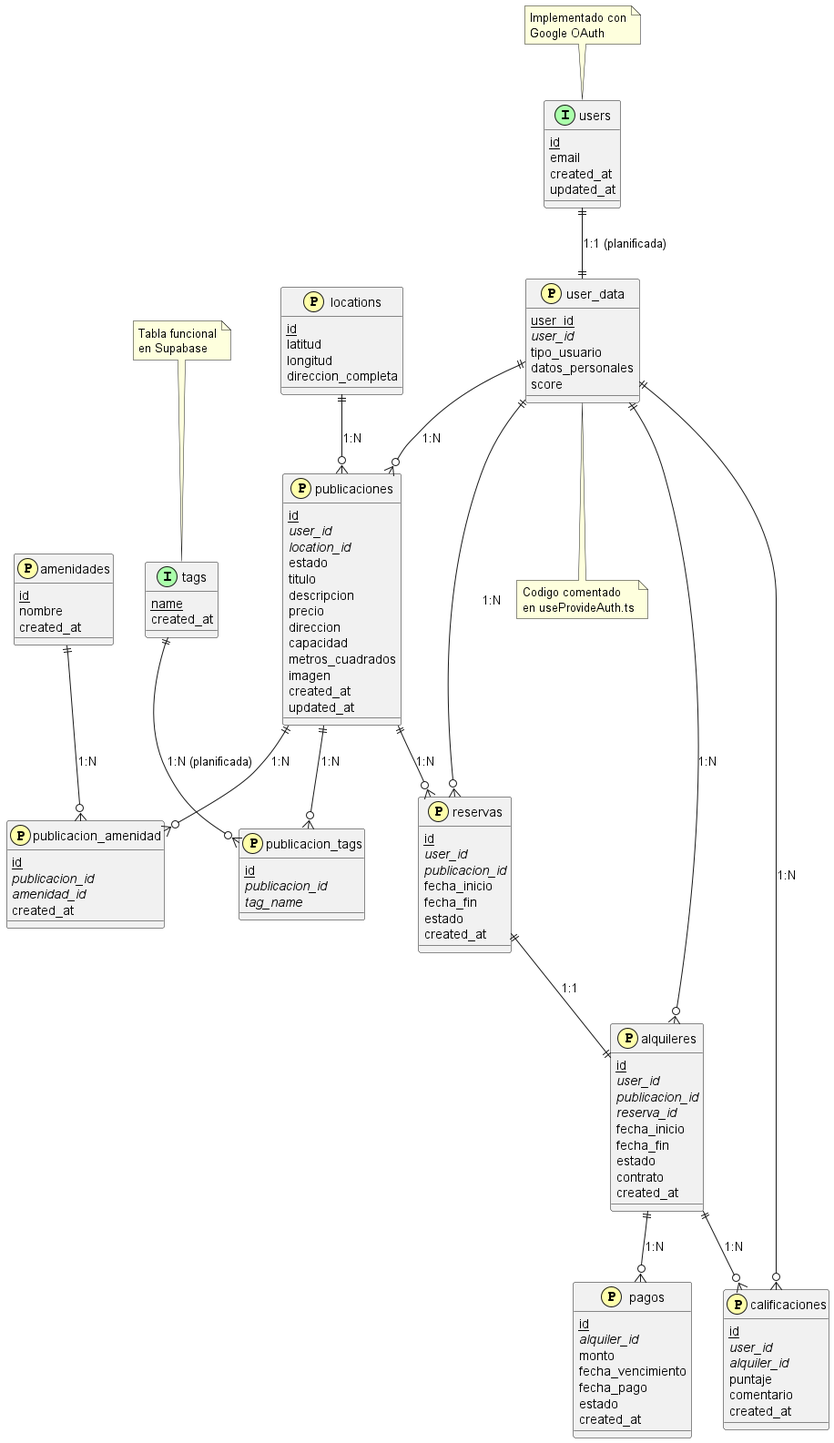
Above: src/diagrams/entidad_relacion.png in FacuDemarchi/residencias (PlantUML), before the change.
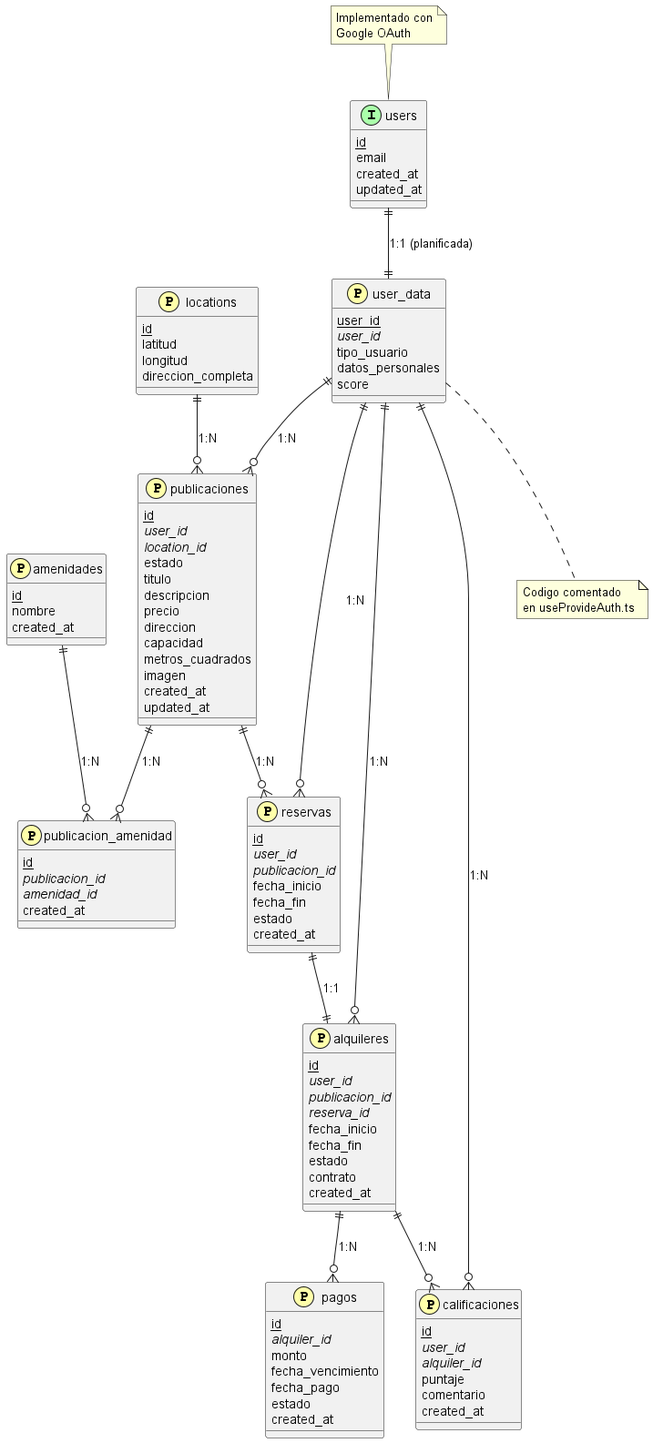
The same file after the commit.

Change to the diagram source:
```diff
@@ -11,11 +11,6 @@
   email
   created_at
   updated_at
-}
-
-implemented(tags) {
-  primary_key(name)
-  created_at
 }
 
 planned(user_data) {
@@ -103,14 +98,7 @@
   created_at
 }
 
-planned(publicacion_tags) {
-  primary_key(id)
-  foreign_key(publicacion_id)
-  foreign_key(tag_name)
-}
-
 users ||--|| user_data : "1:1 (planificada)"
-tags ||--o{ publicacion_tags : "1:N (planificada)"
 
 user_data ||--o{ publicaciones : "1:N"
 user_data ||--o{ reservas : "1:N"
@@ -118,7 +106,6 @@
 user_data ||--o{ calificaciones : "1:N"
 locations ||--o{ publicaciones : "1:N"
 publicaciones ||--o{ reservas : "1:N"
-publicaciones ||--o{ publicacion_tags : "1:N"
 publicaciones ||--o{ publicacion_amenidad : "1:N"
 amenidades ||--o{ publicacion_amenidad : "1:N"
 reservas ||--|| alquileres : "1:1"
@@ -126,7 +113,6 @@
 alquileres ||--o{ calificaciones : "1:N"
 
 note top of users : Implementado con\nGoogle OAuth
-note top of tags : Tabla funcional\nen Supabase
 note bottom of user_data : Codigo comentado\nen useProvideAuth.ts
 
 @enduml
```
